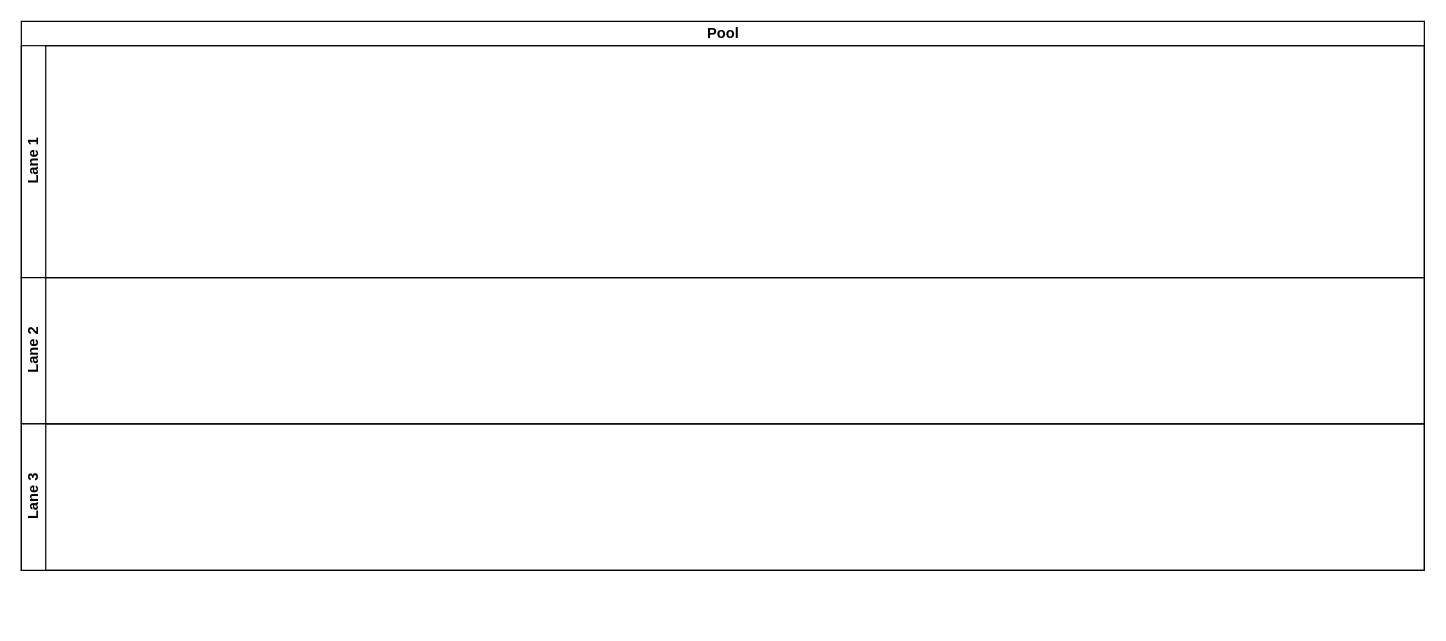
Above: KEFRI- Leave Application Process.drawio in kmagua/flowcharts (draw.io), before the change. Source tidied: cells renumbered, new cells numbered last; positions are measured from the earlier drawing's top-left corner, leaving out a move shared by most shapes. Both pictures are drawn from the tidied source at 122%, with x=0, y=0 at pixel (21, 21).
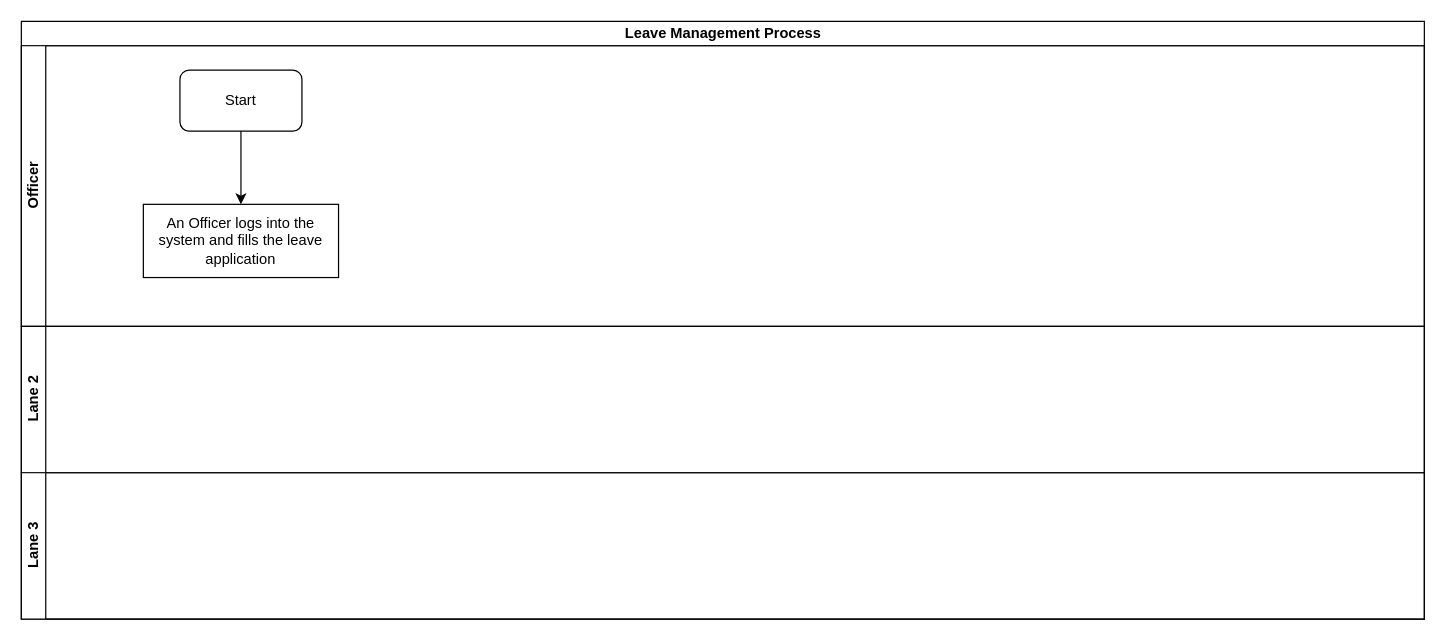
Above is the later version.

What changed in the source:
```diff
@@
 <mxGraphModel>
   <root>
     <mxCell id="0" />
     <mxCell id="1" parent="0" />
-    <mxCell id="2" value="Pool" style="swimlane;html=1;horizontal=1;startSize=20;" parent="1" vertex="1">
-      <mxGeometry width="1150" height="450" as="geometry" />
+    <mxCell id="2" value="Leave Management Process" style="swimlane;html=1;horizontal=1;startSize=20;" parent="1" vertex="1">
+      <mxGeometry width="1150" height="490" as="geometry" />
     </mxCell>
-    <mxCell id="3" value="Lane 1" style="swimlane;html=1;startSize=20;horizontal=0;" parent="2" vertex="1">
-      <mxGeometry y="20" width="1150" height="190" as="geometry" />
+    <mxCell id="3" value="Officer" style="swimlane;html=1;startSize=20;horizontal=0;" parent="2" vertex="1">
+      <mxGeometry y="20" width="1150" height="230" as="geometry" />
     </mxCell>
+    <mxCell id="6" value="Start" style="rounded=1;whiteSpace=wrap;html=1;" parent="3" vertex="1">
+      <mxGeometry x="130" y="20" width="100" height="50" as="geometry" />
+    </mxCell>
+    <mxCell id="7" value="An Officer logs into the system and fills the leave application" style="rounded=0;whiteSpace=wrap;html=1;" parent="3" vertex="1">
+      <mxGeometry x="100" y="130" width="160" height="60" as="geometry" />
+    </mxCell>
+    <mxCell id="8" style="edgeStyle=orthogonalEdgeStyle;rounded=0;jettySize=auto;html=1;entryX=0.5;entryY=0;entryDx=0;entryDy=0;" parent="3" edge="1" source="6" target="7">
+      <mxGeometry relative="1" as="geometry" />
+    </mxCell>
     <mxCell id="4" value="Lane 2" style="swimlane;html=1;startSize=20;horizontal=0;" parent="2" vertex="1">
-      <mxGeometry y="210" width="1150" height="120" as="geometry" />
+      <mxGeometry y="250" width="1150" height="120" as="geometry" />
     </mxCell>
     <mxCell id="5" value="Lane 3" style="swimlane;html=1;startSize=20;horizontal=0;" parent="2" vertex="1">
-      <mxGeometry y="330" width="1150" height="120" as="geometry" />
+      <mxGeometry y="370" width="1150" height="120" as="geometry" />
     </mxCell>
   </root>
 </mxGraphModel>
```
